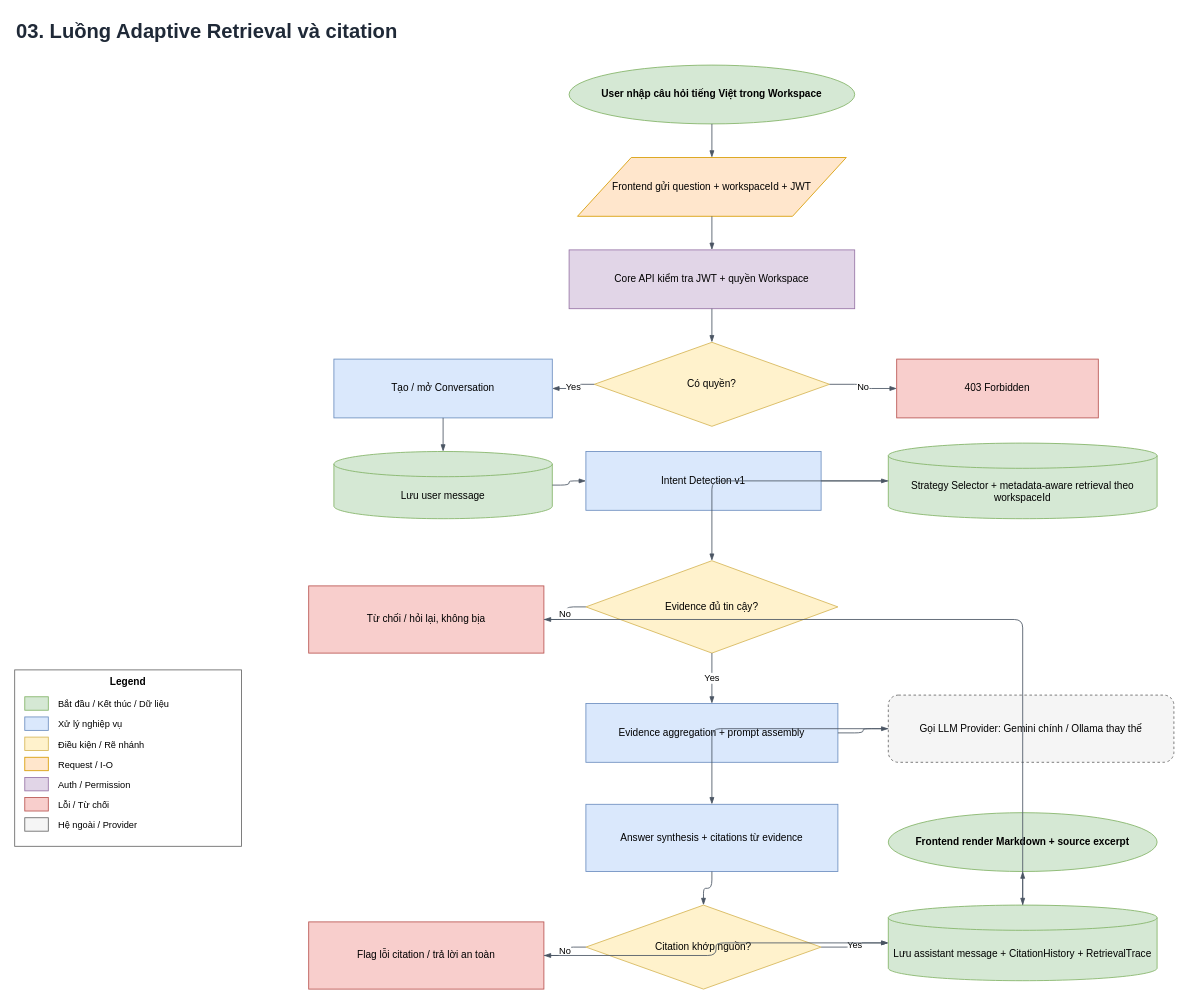
Before: page "03 - Chat RAG va citation" (3 of 6) of docs/thesis/05-so-do-drawio/unichat-activity-flows.drawio in Hiep0718/unichat, a draw.io diagram. Source tidied: cells renumbered, new cells numbered last; positions are measured from the earlier drawing's top-left corner, leaving out a move shared by most shapes. Both pictures are drawn from the tidied source at 84%, with x=0, y=0 at pixel (14, 14).
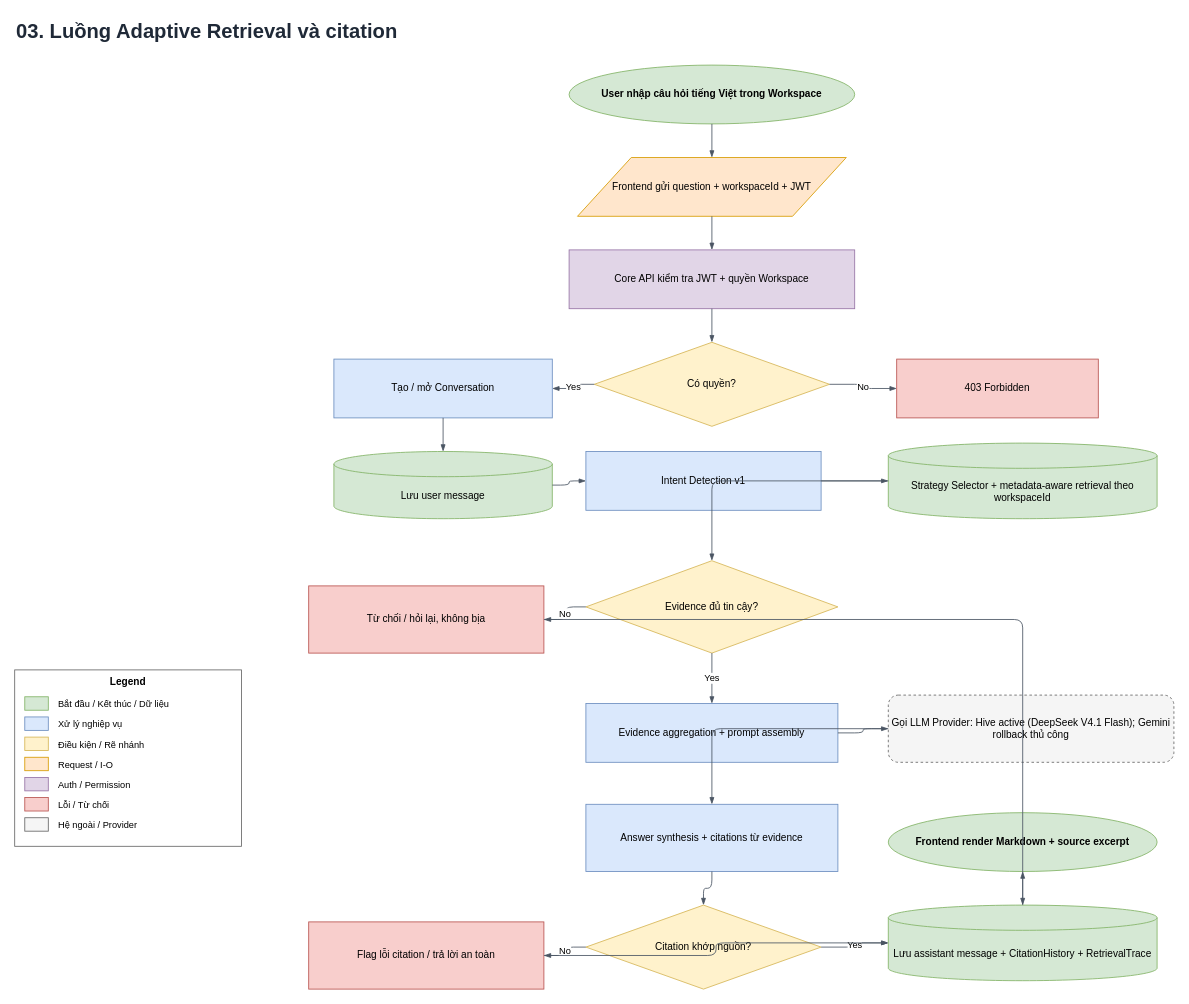
Above is the later version.

Change to the diagram source:
```diff
@@
-<mxGraphModel>
+<mxGraphModel background="#ffffff">
@@
-    <mxCell id="15" value="Gọi LLM Provider: Gemini chính / Ollama thay thế" style="rounded=1;dashed=1;whiteSpace=wrap;html=1;fillColor=#f5f5f5;strokeColor=#666666;fontSize=12;" parent="1" vertex="1">
+    <mxCell id="15" value="Gọi LLM Provider: Hive active (DeepSeek V4.1 Flash); Gemini rollback thủ công" style="rounded=1;dashed=1;whiteSpace=wrap;html=1;fillColor=#f5f5f5;strokeColor=#666666;fontSize=12;" parent="1" vertex="1">
       <mxGeometry x="1040" y="810" width="340" height="80" as="geometry" />
     </mxCell>
```
